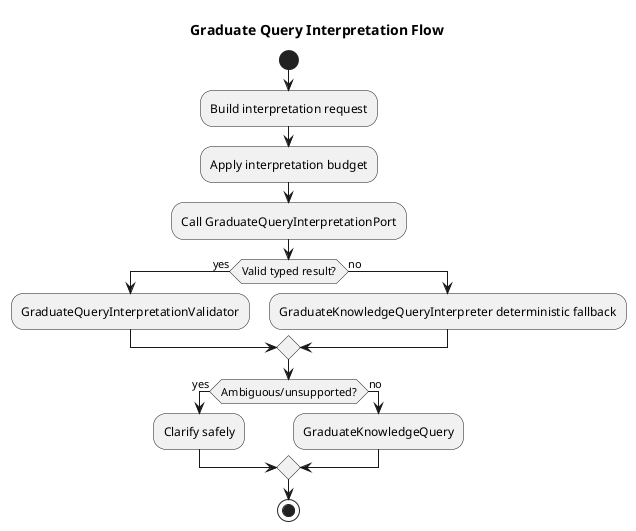
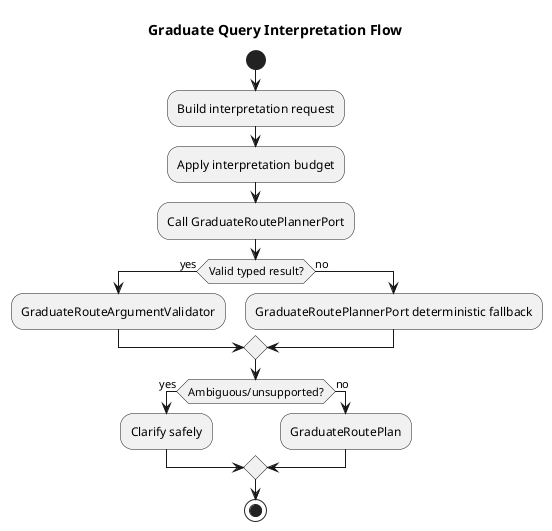
@startuml
title Graduate Query Interpretation Flow
start
:Build interpretation request;
:Apply interpretation budget;
- :Call GraduateQueryInterpretationPort;
+ :Call GraduateRoutePlannerPort;
if (Valid typed result?) then (yes)
-   :GraduateQueryInterpretationValidator;
+   :GraduateRouteArgumentValidator;
else (no)
-   :GraduateKnowledgeQueryInterpreter deterministic fallback;
+   :GraduateRoutePlannerPort deterministic fallback;
endif
if (Ambiguous/unsupported?) then (yes)
  :Clarify safely;
else (no)
-   :GraduateKnowledgeQuery;
+   :GraduateRoutePlan;
endif
stop
@enduml
